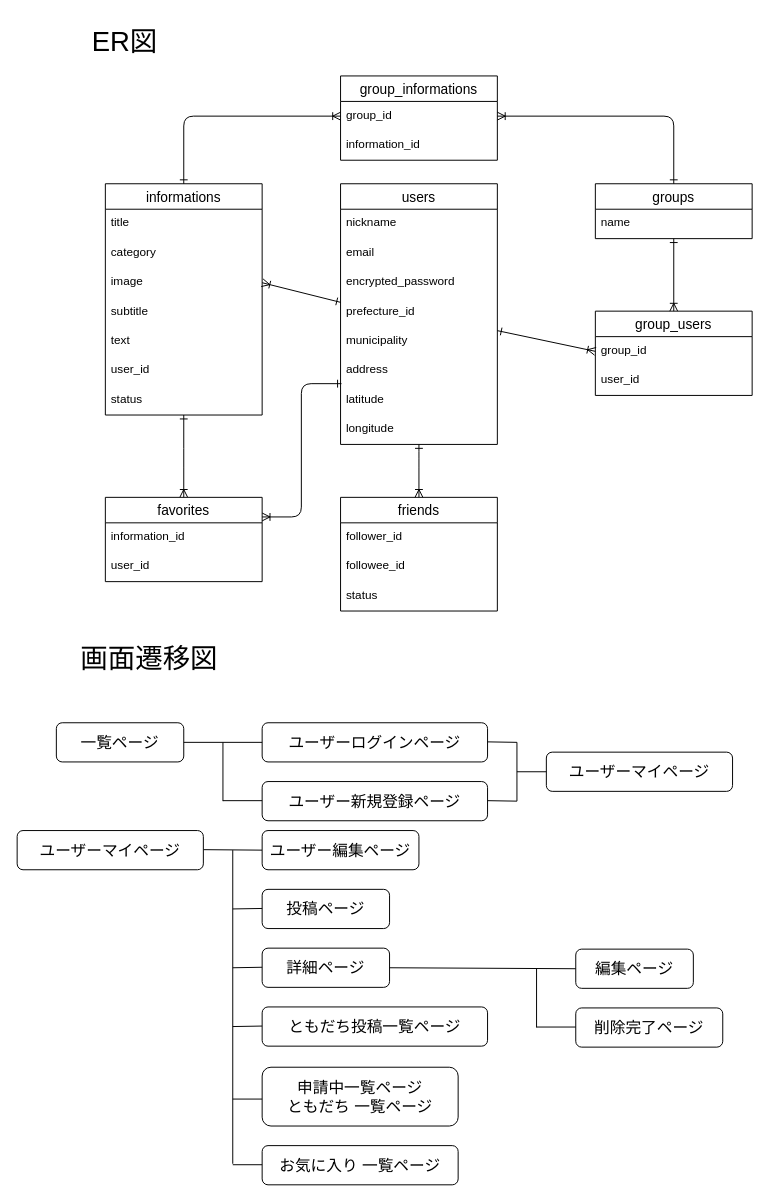
Earlier version of the draw.io diagram ER.dio (takuro-miyaguchi/idobata-38300). Source tidied: cells renumbered, new cells numbered last; positions are measured from the earlier drawing's top-left corner, leaving out a move shared by most shapes. Both pictures are drawn from the tidied source at 98%, with x=0, y=0 at pixel (17, 17).
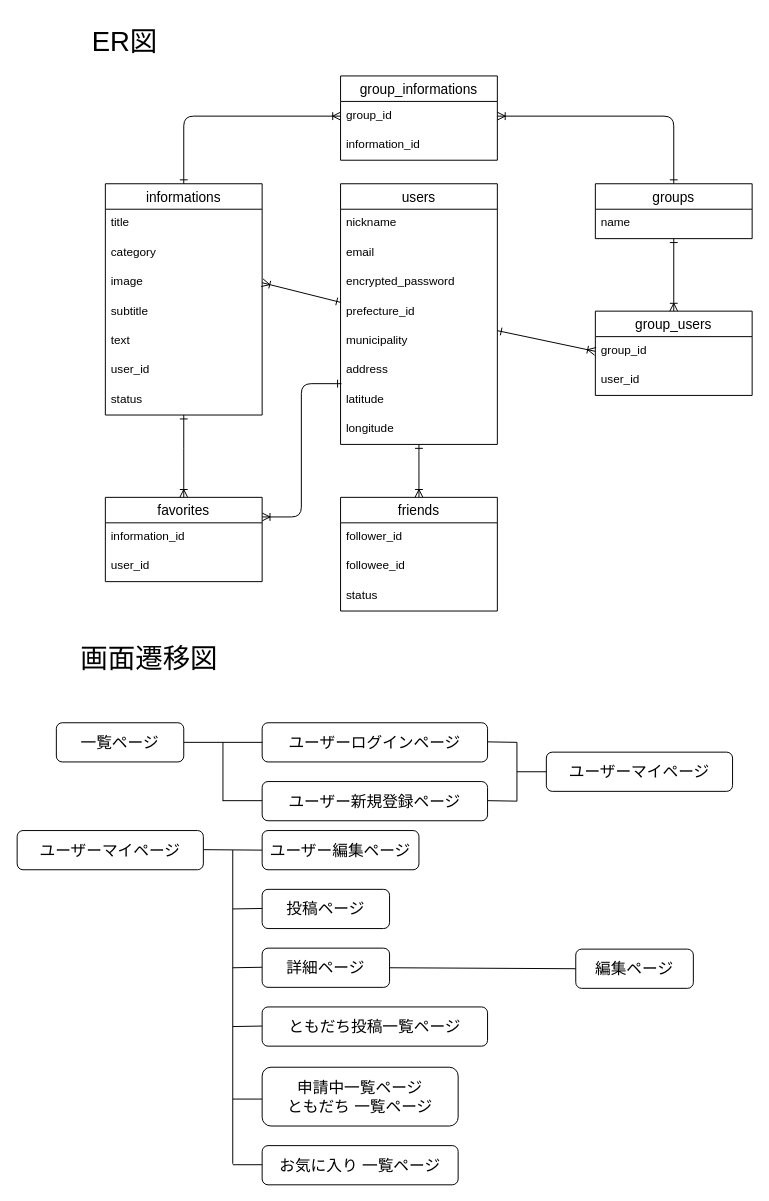
After the change.

What changed in the source:
```diff
@@
-    <mxCell id="42" value="削除完了ページ" style="rounded=1;whiteSpace=wrap;html=1;fontSize=16;" parent="1" vertex="1">
-      <mxGeometry x="570" y="1011" width="150" height="40" as="geometry" />
-    </mxCell>
@@
-    <mxCell id="47" style="endArrow=none;html=1;fontSize=16;" parent="1" edge="1">
-      <mxGeometry relative="1" as="geometry">
-        <mxPoint x="530" y="1030.5" as="sourcePoint" />
-        <mxPoint x="570" y="1030.5" as="targetPoint" />
-      </mxGeometry>
-    </mxCell>
-    <mxCell id="48" style="endArrow=none;html=1;fontSize=16;" parent="1" edge="1">
-      <mxGeometry relative="1" as="geometry">
-        <mxPoint x="530" y="1031" as="sourcePoint" />
-        <mxPoint x="530" y="971" as="targetPoint" />
-      </mxGeometry>
-    </mxCell>
```
